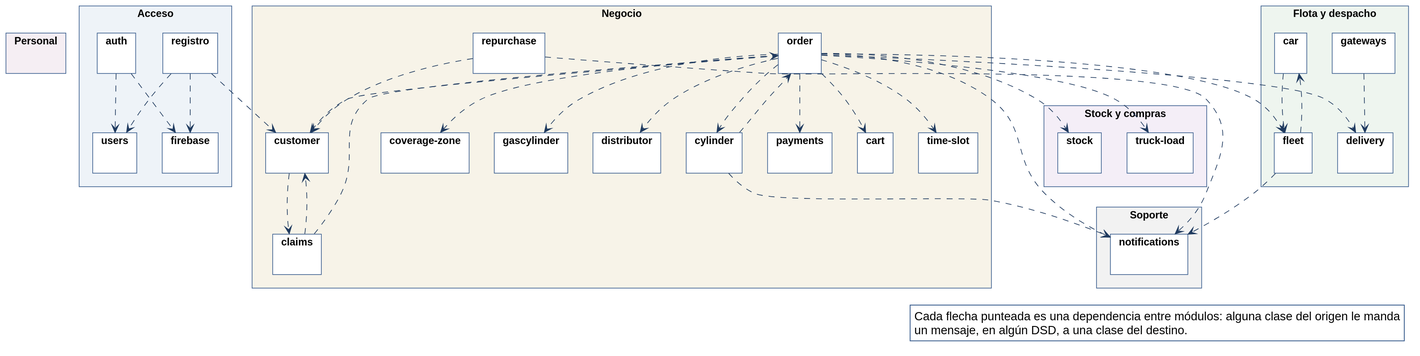
The PlantUML diagram diagramas/clases-diseno/DC_Paquetes.svg in Nahuelito-Dev/splg-docs, before a commit.
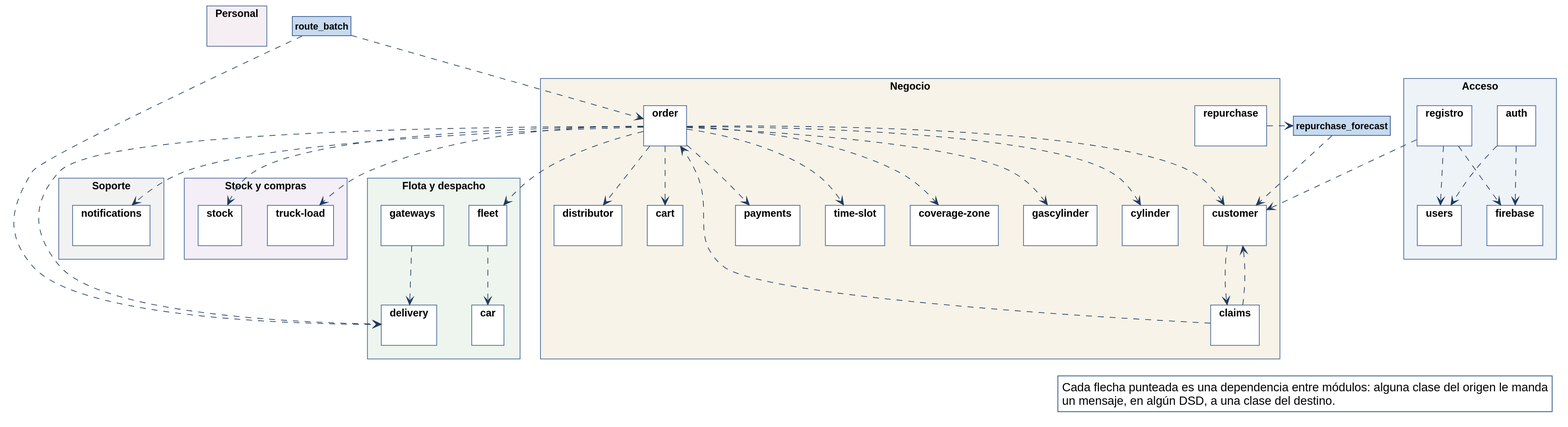
The same diagram one commit later.

Change to the diagram source:
```diff
@@ -90,14 +90,10 @@
 }
 auth ..> firebase
 auth ..> users
-car ..> fleet
 claims ..> customer
 claims ..> order
 customer ..> claims
-cylinder ..> notifications
-cylinder ..> order
 fleet ..> car
-fleet ..> notifications
 gateways ..> delivery
 order ..> cart
 order ..> coverage_zone
@@ -115,8 +111,10 @@
 registro ..> customer
 registro ..> firebase
 registro ..> users
-repurchase ..> customer
-repurchase ..> notifications
+repurchase ..> repurchase_forecast
+repurchase_forecast ..> customer
+route_batch ..> delivery
+route_batch ..> order
 
 legend bottom right
   Cada flecha punteada es una dependencia entre módulos: alguna clase del origen le manda
```
